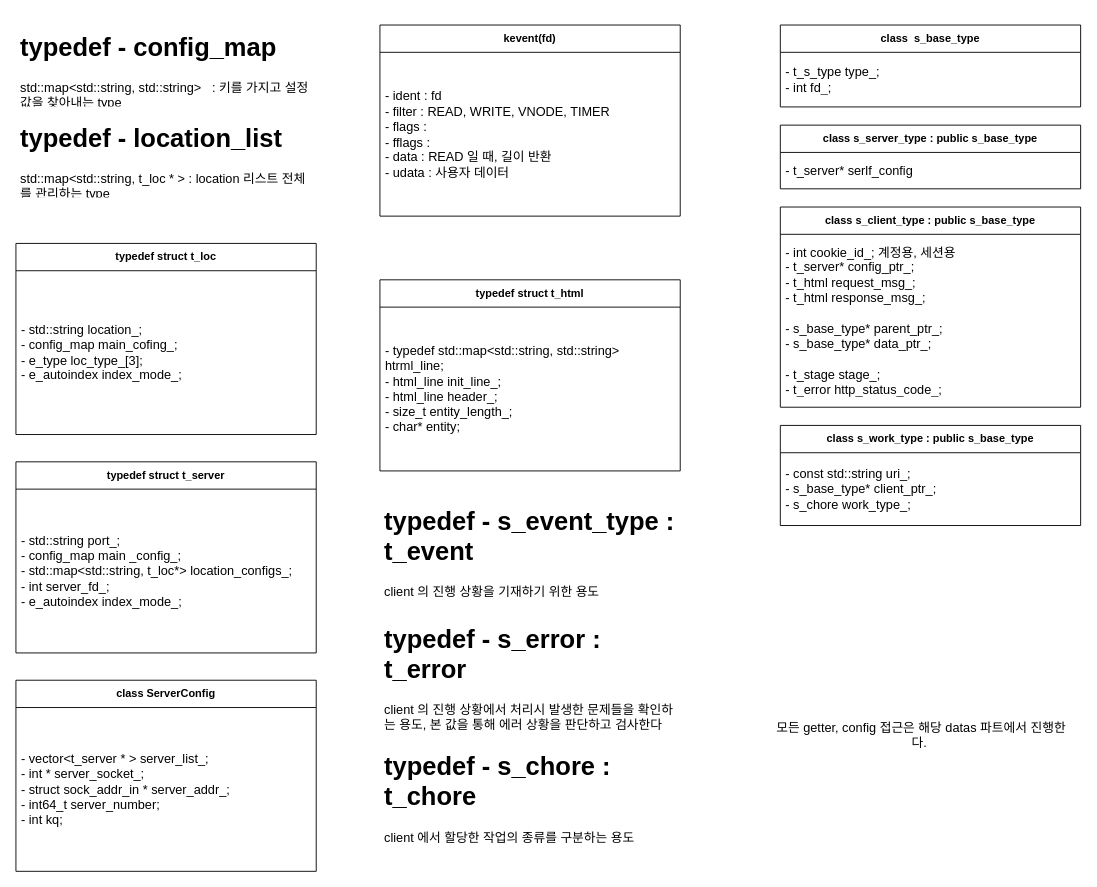
Before: page "data_structure" (1 of 2) of webserv2.0.drawio in webservVer2-0/webServ, a draw.io diagram. Source tidied: cells renumbered, new cells numbered last; positions are measured from the earlier drawing's top-left corner, leaving out a move shared by most shapes. Both pictures are drawn from the tidied source at 91%, with x=0, y=0 at pixel (15, 25).
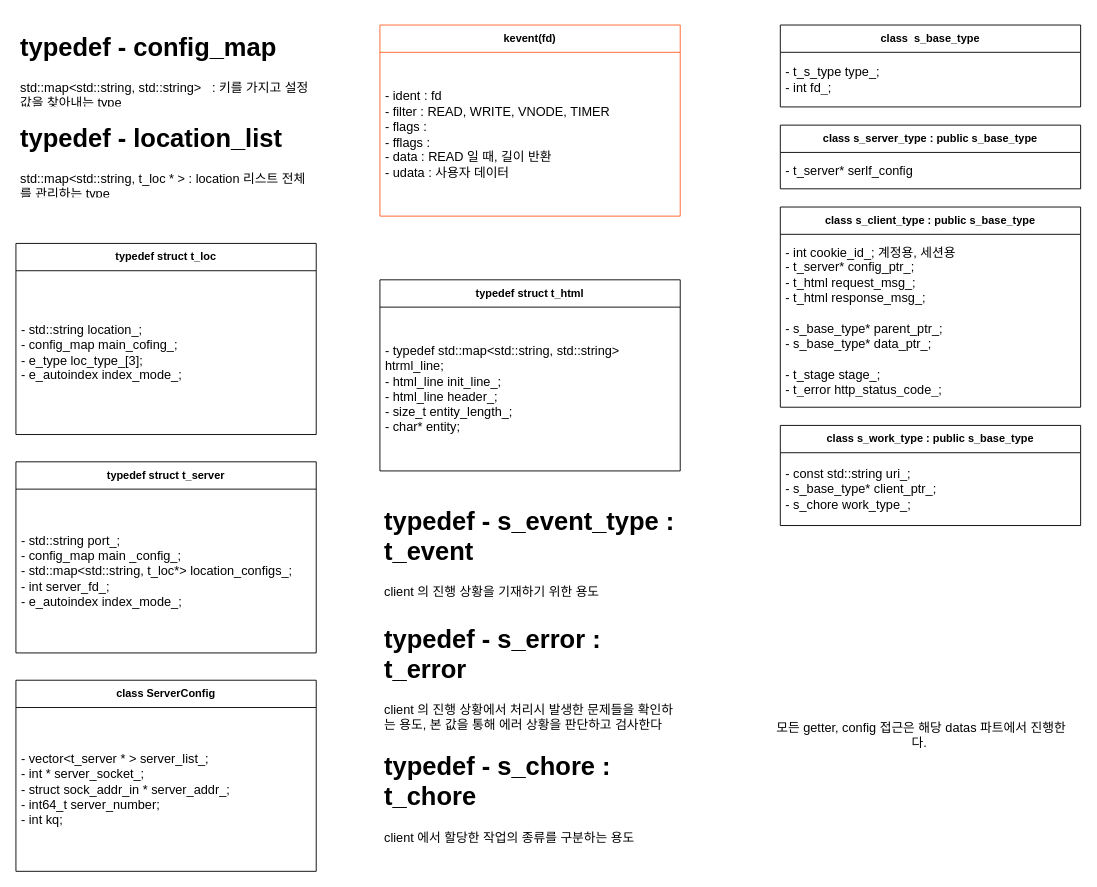
After the change.

The edit, as a diff of the source:
```diff
@@
-    <mxCell id="2" value="&lt;b&gt;kevent(fd)&lt;/b&gt;" style="swimlane;fontStyle=0;horizontal=1;startSize=30;whiteSpace=wrap;html=1;" parent="1" vertex="1">
+    <mxCell id="2" value="&lt;b&gt;kevent(fd)&lt;/b&gt;" style="swimlane;fontStyle=0;horizontal=1;startSize=30;whiteSpace=wrap;html=1;strokeColor=#FF6026;" parent="1" vertex="1">
       <mxGeometry x="400" width="330" height="210" as="geometry" />
     </mxCell>
```
